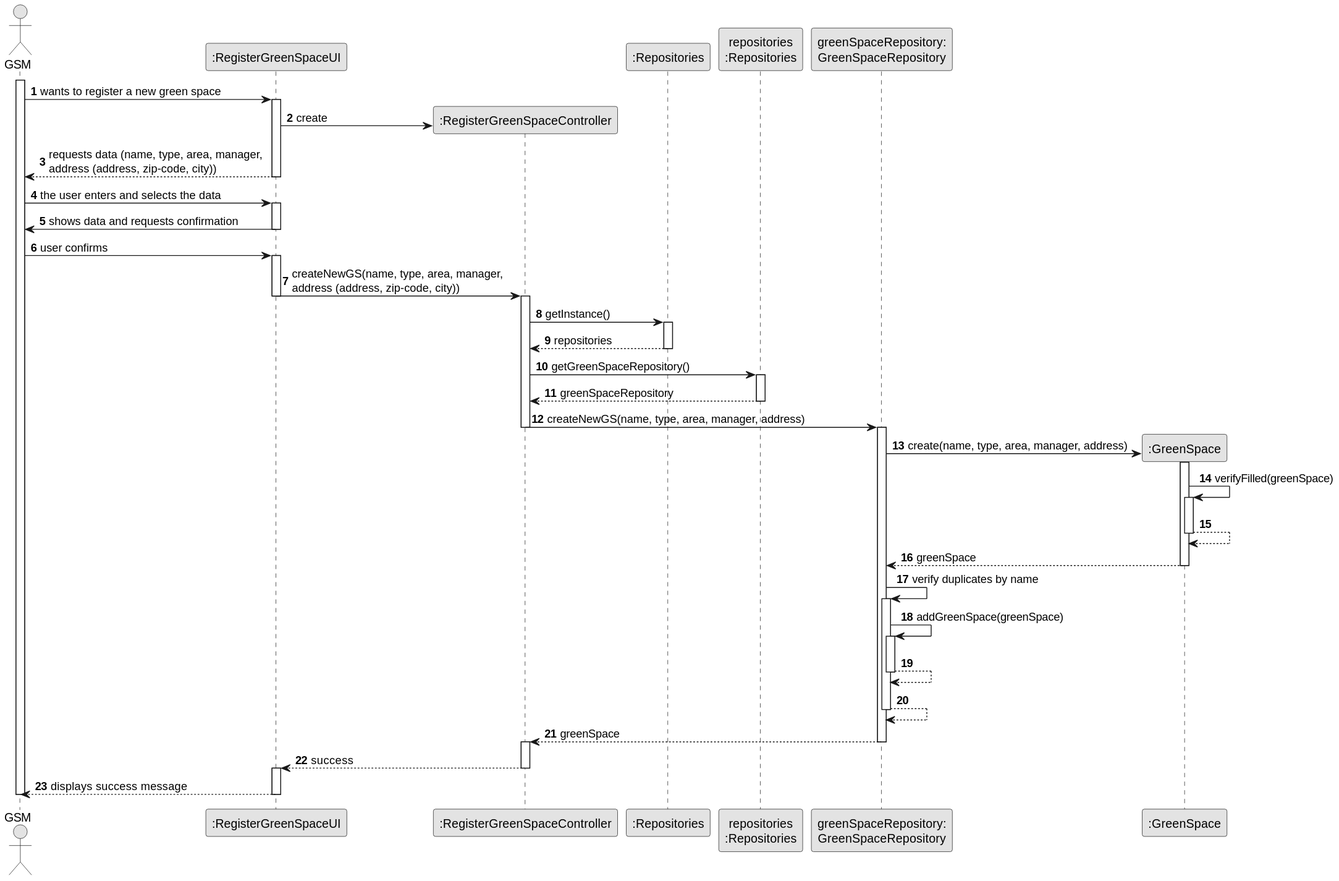
Before: docs/sprintC/us020/03.design/svg/us020-sequence-diagram-full.svg, a diagram exported from PlantUML (ricardomm7/leaflink).
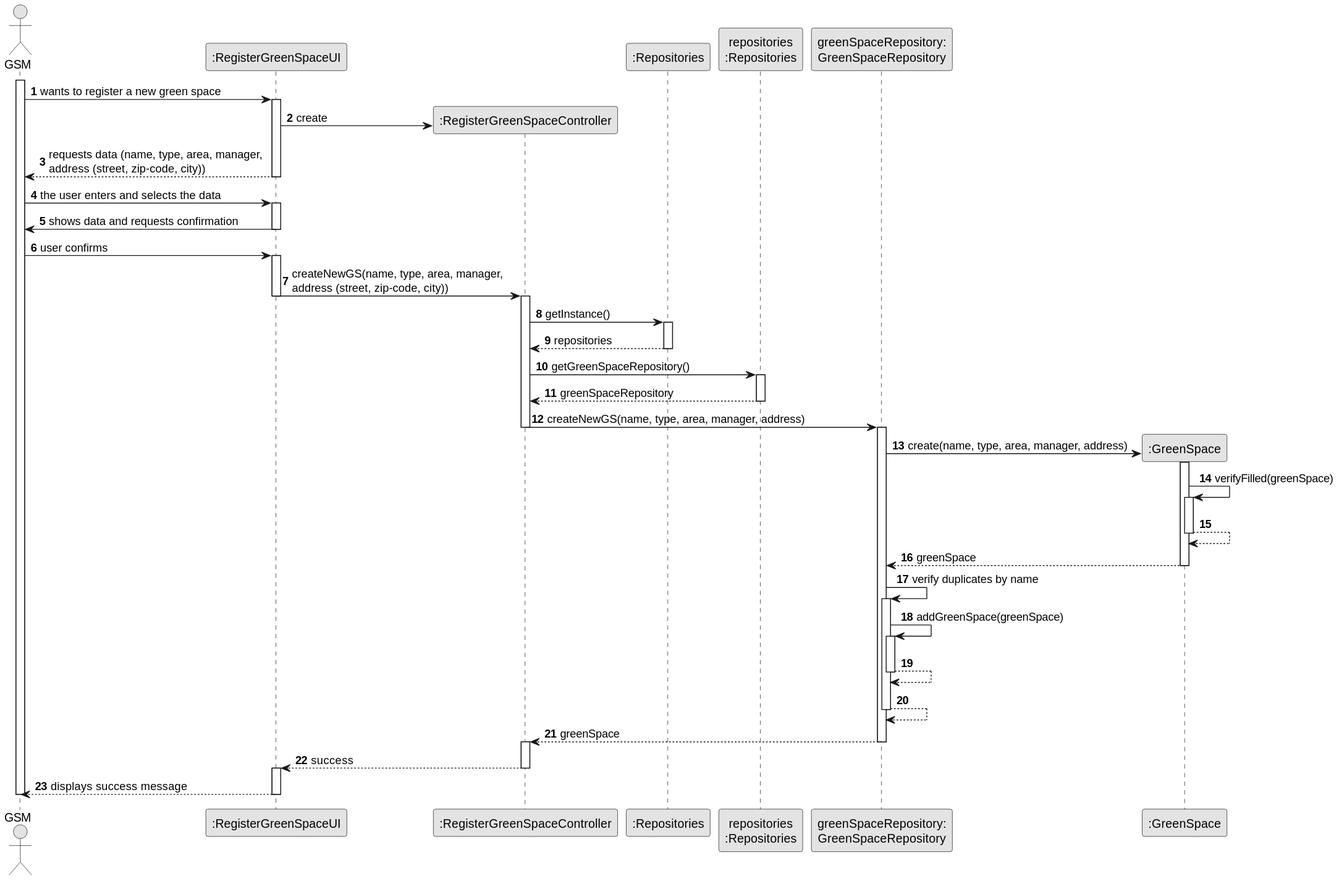
Above is the later version.

Change to the diagram source:
```diff
@@ -21,7 +21,7 @@
 
         UI -> CTRL** : create
 
-        UI --> GSM : requests data (name, type, area, manager, \naddress (address, zip-code, city))
+        UI --> GSM : requests data (name, type, area, manager, \naddress (street, zip-code, city))
         deactivate UI
 GSM -> UI : the user enters and selects the data
 activate UI
@@ -29,7 +29,7 @@
 deactivate UI
 GSM -> UI: user confirms
 activate UI
-UI -> CTRL : createNewGS(name, type, area, manager, \naddress (address, zip-code, city))
+UI -> CTRL : createNewGS(name, type, area, manager, \naddress (street, zip-code, city))
 deactivate UI
 activate CTRL
 CTRL -> RepositorySingleton : getInstance()
```
